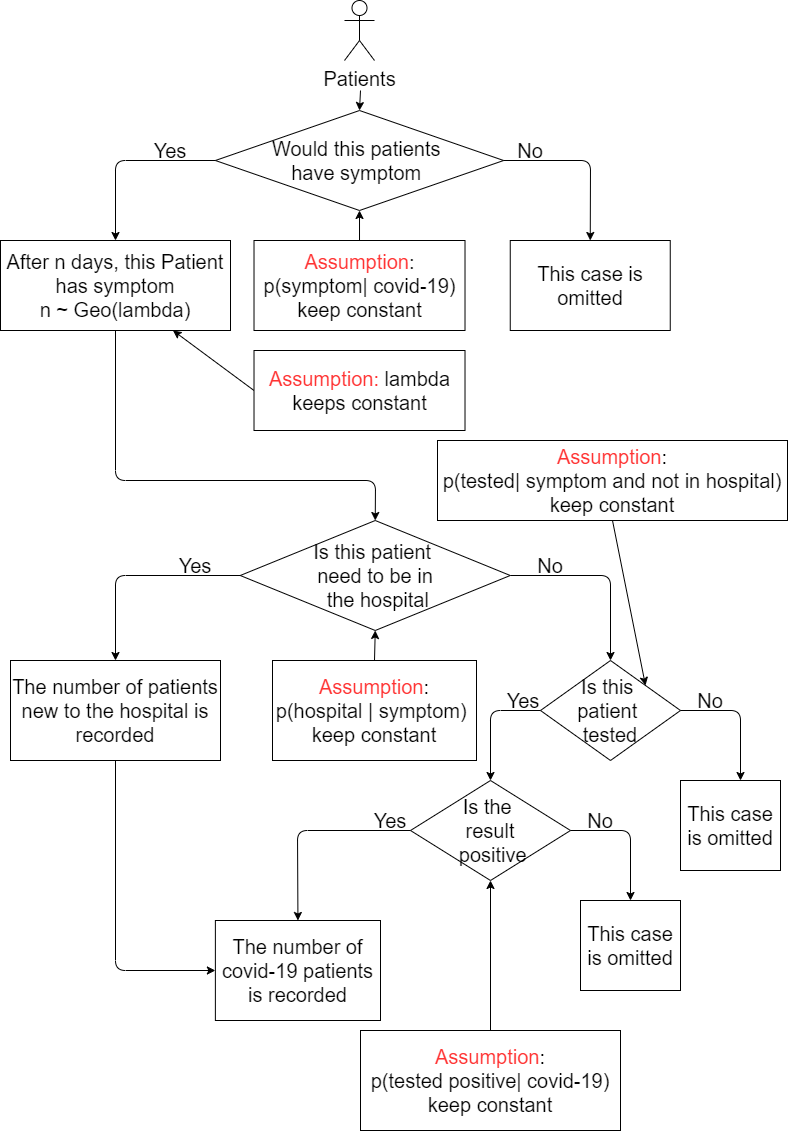
The draw.io diagram binomialtrees.png in whlduzou/Final-Project-Wang-Hanlin, before a commit. Source tidied: cells renumbered, new cells last; positions are measured from the earlier drawing's top-left corner, leaving out a move shared by most shapes.
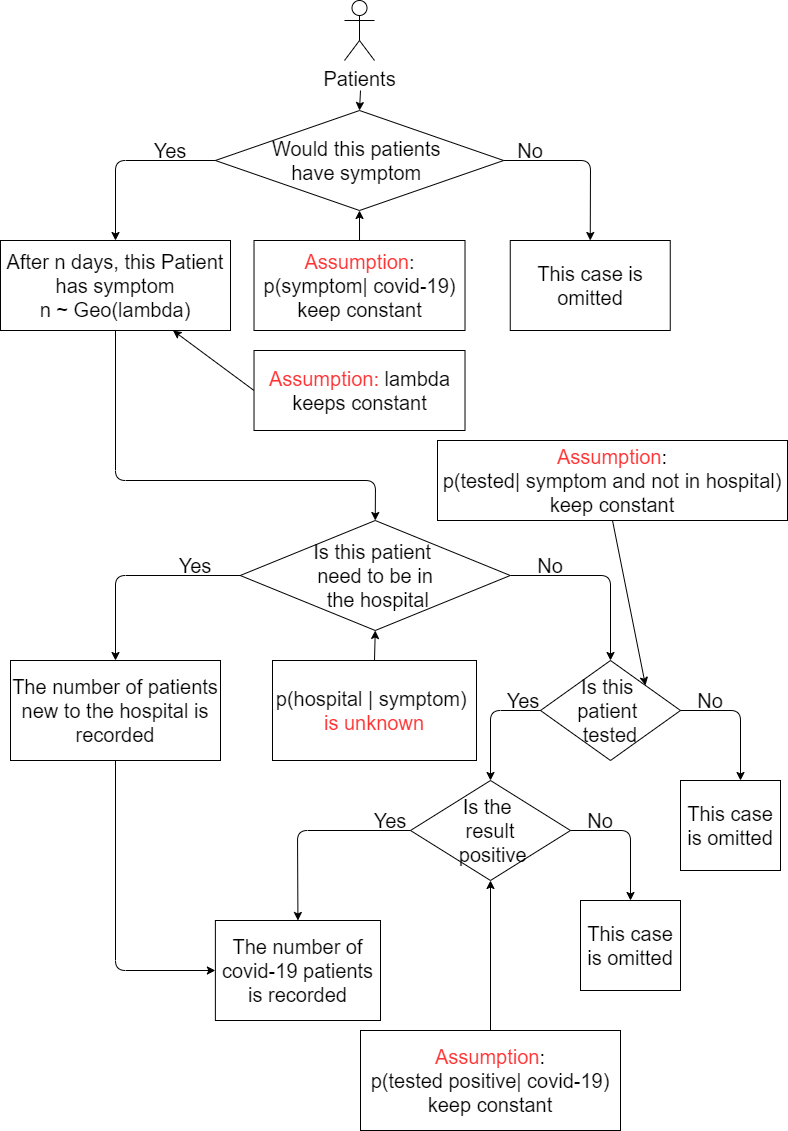
Above is the later version.

Change to the diagram source:
```diff
@@ -82,7 +82,7 @@
     <mxCell id="20" value="&lt;font style=&quot;font-size: 20px&quot;&gt;No&lt;/font&gt;" style="text;html=1;strokeColor=none;fillColor=none;align=center;verticalAlign=middle;whiteSpace=wrap;rounded=0;" parent="1" vertex="1">
       <mxGeometry x="530" y="555" width="40" height="20" as="geometry" />
     </mxCell>
-    <mxCell id="21" value="&lt;font style=&quot;font-size: 20px&quot;&gt;&lt;font color=&quot;#ff3333&quot;&gt;Assumption&lt;/font&gt;:&lt;br&gt;p(hospital | symptom) &lt;br&gt;keep constant&lt;/font&gt;" style="rounded=0;whiteSpace=wrap;html=1;" parent="1" vertex="1">
+    <mxCell id="21" value="&lt;font style=&quot;font-size: 20px&quot;&gt;p(hospital | symptom) &lt;br&gt;&lt;font color=&quot;#ff3333&quot;&gt;is unknown&lt;/font&gt;&lt;br&gt;&lt;/font&gt;" style="rounded=0;whiteSpace=wrap;html=1;" parent="1" vertex="1">
       <mxGeometry x="272" y="660" width="204" height="100" as="geometry" />
     </mxCell>
     <mxCell id="22" style="endArrow=classic;html=1;entryX=0.5;entryY=1;entryDx=0;entryDy=0;exitX=0.5;exitY=0;exitDx=0;exitDy=0;" parent="1" edge="1" source="21" target="16">
```
